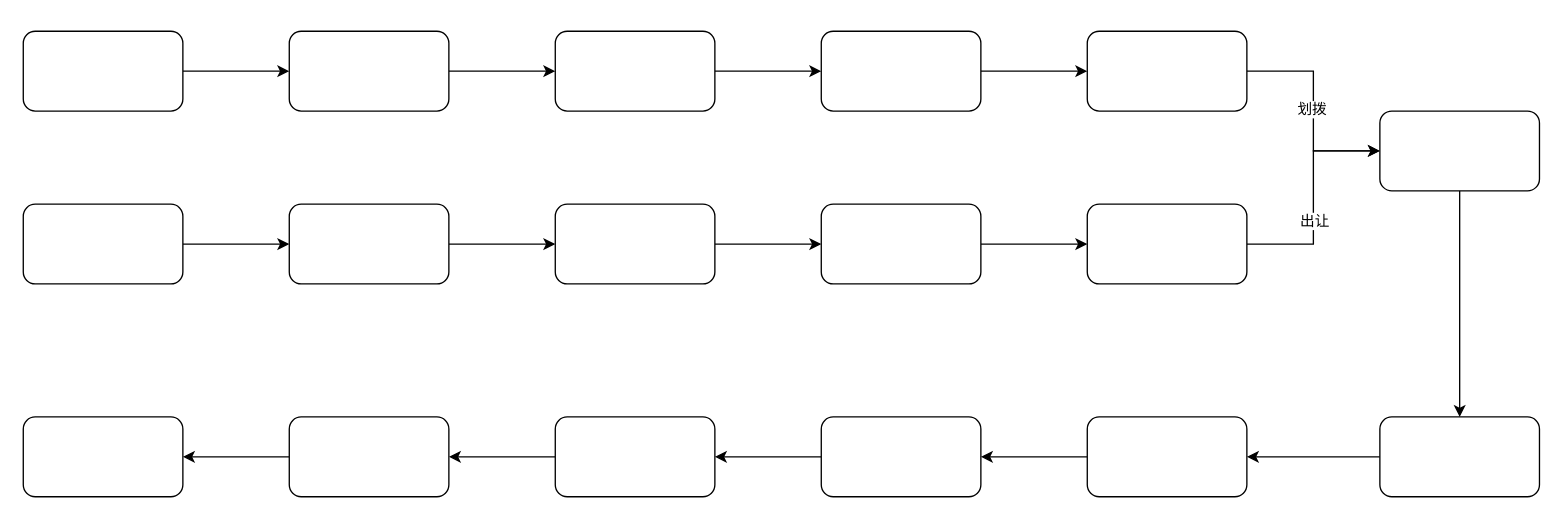
Earlier version of the draw.io diagram 流程.drawio (bom-coder/drawio-store). Source tidied: cells renumbered, new cells numbered last; positions are measured from the earlier drawing's top-left corner, leaving out a move shared by most shapes. Both pictures are drawn from the tidied source at 133%, with x=0, y=0 at pixel (23, 31).
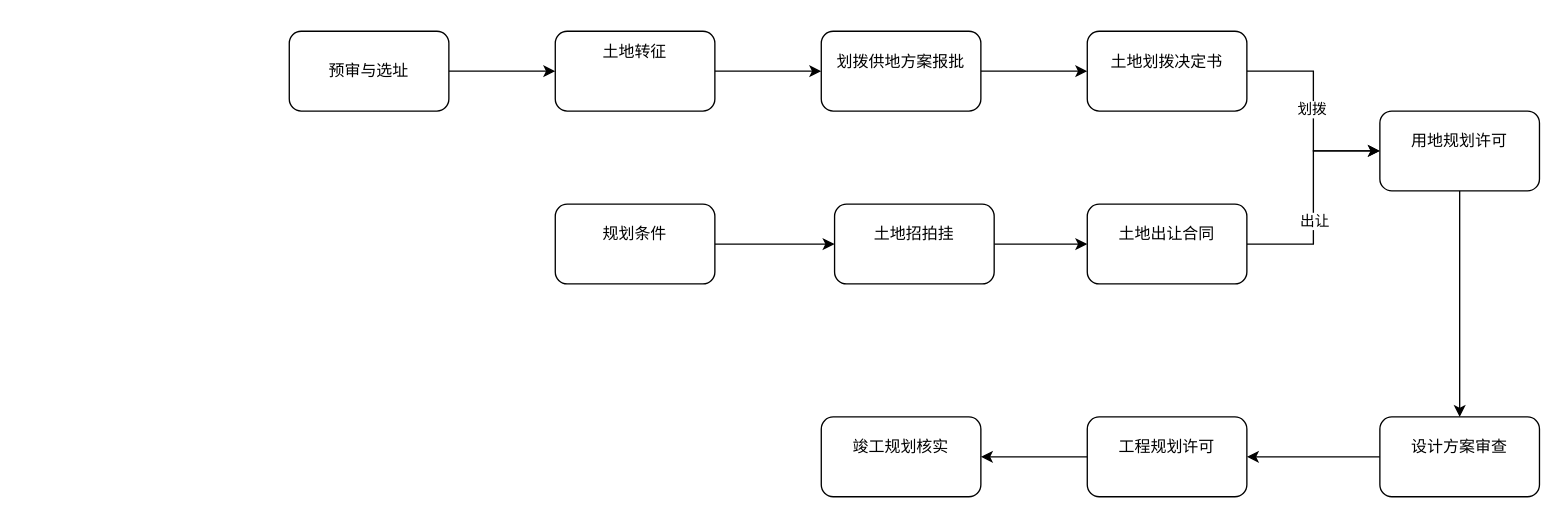
After the change.

Diff of the diagram source:
```diff
@@
-    <mxCell id="2" style="edgeStyle=orthogonalEdgeStyle;rounded=0;jettySize=auto;html=1;" parent="1" edge="1" source="3" target="5">
-      <mxGeometry relative="1" as="geometry" />
-    </mxCell>
-    <mxCell id="3" style="rounded=1;whiteSpace=wrap;html=1;" parent="1" vertex="1">
-      <mxGeometry width="120" height="60" as="geometry" />
-    </mxCell>
@@
-    <mxCell id="5" style="rounded=1;whiteSpace=wrap;html=1;" parent="1" vertex="1">
+    <mxCell id="5" value="预审与选址" style="rounded=1;whiteSpace=wrap;html=1;" parent="1" vertex="1">
       <mxGeometry x="200" width="120" height="60" as="geometry" />
     </mxCell>
@@
-    <mxCell id="7" style="rounded=1;whiteSpace=wrap;html=1;" parent="1" vertex="1">
+    <mxCell id="7" value="&#10;土地转征&#10;&#10;&#10;" style="rounded=1;whiteSpace=wrap;html=1;" parent="1" vertex="1">
       <mxGeometry x="400" width="120" height="60" as="geometry" />
     </mxCell>
@@
-    <mxCell id="9" style="rounded=1;whiteSpace=wrap;html=1;" parent="1" vertex="1">
+    <mxCell id="9" value="&#10;划拨供地方案报批&#10;&#10;" style="rounded=1;whiteSpace=wrap;html=1;" parent="1" vertex="1">
       <mxGeometry x="600" width="120" height="60" as="geometry" />
     </mxCell>
@@
-    <mxCell id="12" style="rounded=1;whiteSpace=wrap;html=1;" parent="1" vertex="1">
+    <mxCell id="12" value="&#10;土地划拨决定书&#10;&#10;" style="rounded=1;whiteSpace=wrap;html=1;" parent="1" vertex="1">
       <mxGeometry x="800" width="120" height="60" as="geometry" />
     </mxCell>
-    <mxCell id="13" style="edgeStyle=orthogonalEdgeStyle;rounded=0;jettySize=auto;html=1;" parent="1" edge="1" source="14" target="16">
-      <mxGeometry relative="1" as="geometry" />
-    </mxCell>
-    <mxCell id="14" style="rounded=1;whiteSpace=wrap;html=1;" parent="1" vertex="1">
-      <mxGeometry y="130" width="120" height="60" as="geometry" />
-    </mxCell>
-    <mxCell id="15" style="edgeStyle=orthogonalEdgeStyle;rounded=0;jettySize=auto;html=1;" parent="1" edge="1" source="16" target="18">
-      <mxGeometry relative="1" as="geometry" />
-    </mxCell>
-    <mxCell id="16" style="rounded=1;whiteSpace=wrap;html=1;" parent="1" vertex="1">
-      <mxGeometry x="200" y="130" width="120" height="60" as="geometry" />
-    </mxCell>
@@
-    <mxCell id="18" style="rounded=1;whiteSpace=wrap;html=1;" parent="1" vertex="1">
+    <mxCell id="18" value="&#10;规划条件&#10;&#10;" style="rounded=1;whiteSpace=wrap;html=1;" parent="1" vertex="1">
       <mxGeometry x="400" y="130" width="120" height="60" as="geometry" />
     </mxCell>
@@
-    <mxCell id="20" style="rounded=1;whiteSpace=wrap;html=1;" parent="1" vertex="1">
-      <mxGeometry x="600" y="130" width="120" height="60" as="geometry" />
+    <mxCell id="20" value="&#10;土地招拍挂&#10;&#10;" style="rounded=1;whiteSpace=wrap;html=1;" parent="1" vertex="1">
+      <mxGeometry x="610" y="130" width="120" height="60" as="geometry" />
     </mxCell>
@@
-    <mxCell id="23" style="rounded=1;whiteSpace=wrap;html=1;" parent="1" vertex="1">
+    <mxCell id="23" value="&#10;土地出让合同&#10;&#10;" style="rounded=1;whiteSpace=wrap;html=1;" parent="1" vertex="1">
       <mxGeometry x="800" y="130" width="120" height="60" as="geometry" />
     </mxCell>
@@
-    <mxCell id="25" style="rounded=1;whiteSpace=wrap;html=1;" parent="1" vertex="1">
+    <mxCell id="25" value="&#10;用地规划许可&#10;&#10;" style="rounded=1;whiteSpace=wrap;html=1;" parent="1" vertex="1">
       <mxGeometry x="1020" y="60" width="120" height="60" as="geometry" />
     </mxCell>
@@
-    <mxCell id="27" style="rounded=1;whiteSpace=wrap;html=1;" parent="1" vertex="1">
+    <mxCell id="27" value="&#10;设计方案审查&#10;&#10;" style="rounded=1;whiteSpace=wrap;html=1;" parent="1" vertex="1">
       <mxGeometry x="1020" y="290" width="120" height="60" as="geometry" />
     </mxCell>
@@
-    <mxCell id="29" style="rounded=1;whiteSpace=wrap;html=1;" parent="1" vertex="1">
+    <mxCell id="29" value="&#10;工程规划许可 &#10;&#10;" style="rounded=1;whiteSpace=wrap;html=1;" parent="1" vertex="1">
       <mxGeometry x="800" y="290" width="120" height="60" as="geometry" />
     </mxCell>
-    <mxCell id="30" style="edgeStyle=orthogonalEdgeStyle;rounded=0;jettySize=auto;html=1;" parent="1" edge="1" source="31" target="33">
-      <mxGeometry relative="1" as="geometry" />
-    </mxCell>
-    <mxCell id="31" style="rounded=1;whiteSpace=wrap;html=1;" parent="1" vertex="1">
+    <mxCell id="31" value="&#10;竣工规划核实&#10;&#10;" style="rounded=1;whiteSpace=wrap;html=1;" parent="1" vertex="1">
       <mxGeometry x="600" y="290" width="120" height="60" as="geometry" />
     </mxCell>
-    <mxCell id="32" style="edgeStyle=orthogonalEdgeStyle;rounded=0;jettySize=auto;html=1;" parent="1" edge="1" source="33" target="35">
-      <mxGeometry relative="1" as="geometry" />
-    </mxCell>
-    <mxCell id="33" style="rounded=1;whiteSpace=wrap;html=1;" parent="1" vertex="1">
-      <mxGeometry x="400" y="290" width="120" height="60" as="geometry" />
-    </mxCell>
-    <mxCell id="34" style="edgeStyle=orthogonalEdgeStyle;rounded=0;jettySize=auto;html=1;" parent="1" edge="1" source="35" target="36">
-      <mxGeometry relative="1" as="geometry" />
-    </mxCell>
-    <mxCell id="35" style="rounded=1;whiteSpace=wrap;html=1;" parent="1" vertex="1">
-      <mxGeometry x="200" y="290" width="120" height="60" as="geometry" />
-    </mxCell>
-    <mxCell id="36" style="rounded=1;whiteSpace=wrap;html=1;" parent="1" vertex="1">
-      <mxGeometry y="290" width="120" height="60" as="geometry" />
-    </mxCell>
```
